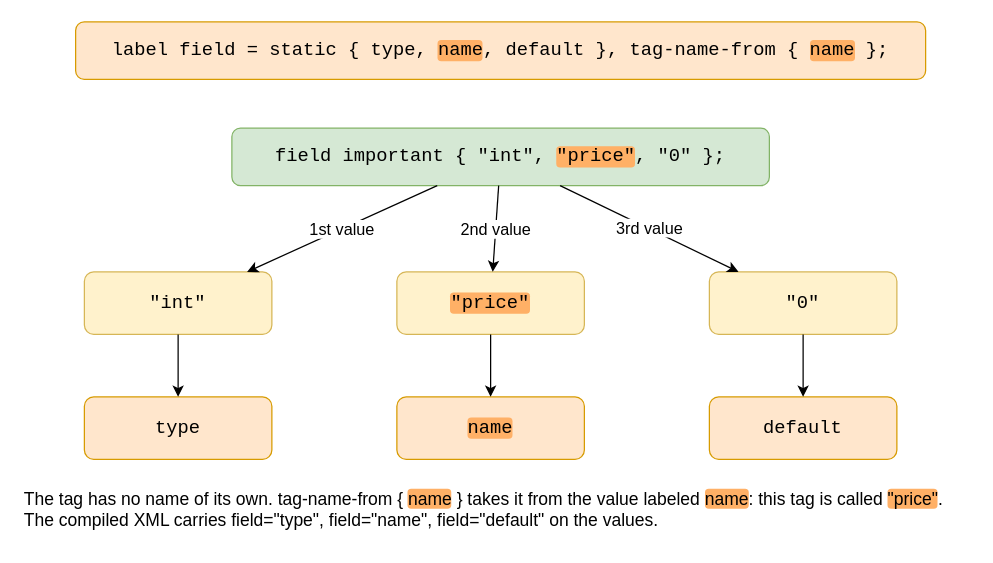
The draw.io diagram drawio/14_static_label.drawio in goloveshin/galimatron_doc, before the edit. Source tidied: cells renumbered, new cells numbered last; positions are measured from the earlier drawing's top-left corner, leaving out a move shared by most shapes. Both pictures are drawn from the tidied source at 125%, with x=0, y=0 at pixel (21, 21).
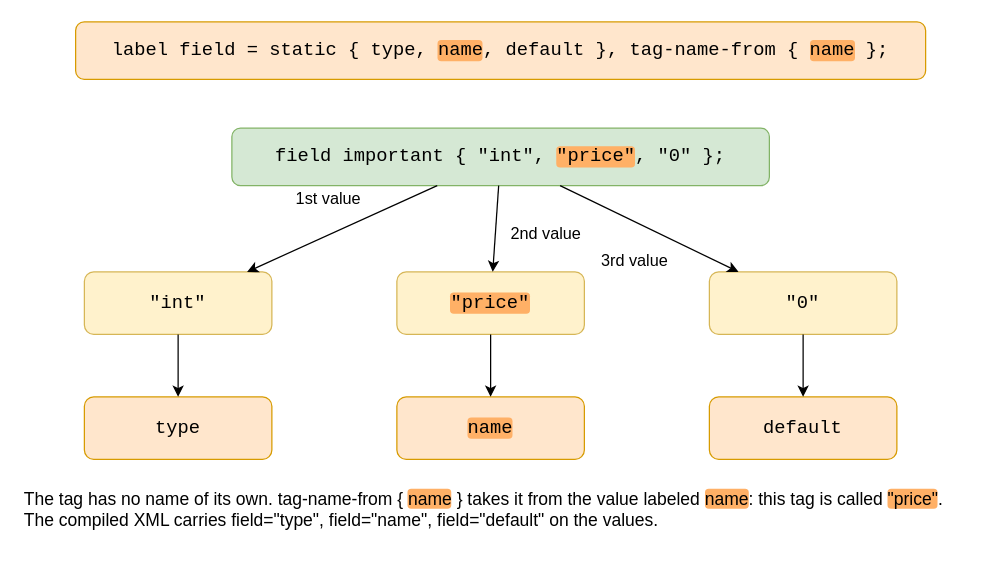
After the change.

Change to the diagram source:
```diff
@@
 <mxGraphModel>
   <root>
     <mxCell id="0" />
     <mxCell id="1" parent="0" />
     <mxCell id="2" value="label field = static { type, &lt;span style=&quot;background-color:#ffb066;border-radius:3px;&quot;&gt;name&lt;/span&gt;, default }, tag-name-from { &lt;span style=&quot;background-color:#ffb066;border-radius:3px;&quot;&gt;name&lt;/span&gt; };" style="rounded=1;whiteSpace=wrap;html=1;fillColor=#ffe6cc;strokeColor=#d79b00;fontFamily=Courier New;fontSize=15;" parent="1" vertex="1">
       <mxGeometry x="43" width="680" height="46" as="geometry" />
     </mxCell>
     <mxCell id="3" value="field important { &quot;int&quot;, &lt;span style=&quot;background-color:#ffb066;border-radius:3px;&quot;&gt;&quot;price&quot;&lt;/span&gt;, &quot;0&quot; };" style="rounded=1;whiteSpace=wrap;html=1;fillColor=#d5e8d4;strokeColor=#82b366;fontFamily=Courier New;fontSize=15;" parent="1" vertex="1">
       <mxGeometry x="168" y="85" width="430" height="46" as="geometry" />
     </mxCell>
     <mxCell id="4" value="&quot;int&quot;" style="rounded=1;whiteSpace=wrap;html=1;fillColor=#fff2cc;strokeColor=#d6b656;fontFamily=Courier New;fontSize=15;" parent="1" vertex="1">
       <mxGeometry x="50" y="200" width="150" height="50" as="geometry" />
     </mxCell>
     <mxCell id="5" value="&lt;span style=&quot;background-color:#ffb066;border-radius:3px;&quot;&gt;&quot;price&quot;&lt;/span&gt;" style="rounded=1;whiteSpace=wrap;html=1;fillColor=#fff2cc;strokeColor=#d6b656;fontFamily=Courier New;fontSize=15;" parent="1" vertex="1">
       <mxGeometry x="300" y="200" width="150" height="50" as="geometry" />
     </mxCell>
     <mxCell id="6" value="&quot;0&quot;" style="rounded=1;whiteSpace=wrap;html=1;fillColor=#fff2cc;strokeColor=#d6b656;fontFamily=Courier New;fontSize=15;" parent="1" vertex="1">
       <mxGeometry x="550" y="200" width="150" height="50" as="geometry" />
     </mxCell>
     <mxCell id="7" value="type" style="rounded=1;whiteSpace=wrap;html=1;fillColor=#ffe6cc;strokeColor=#d79b00;fontFamily=Courier New;fontSize=15;" parent="1" vertex="1">
       <mxGeometry x="50" y="300" width="150" height="50" as="geometry" />
     </mxCell>
     <mxCell id="8" value="&lt;span style=&quot;background-color:#ffb066;border-radius:3px;&quot;&gt;name&lt;/span&gt;" style="rounded=1;whiteSpace=wrap;html=1;fillColor=#ffe6cc;strokeColor=#d79b00;fontFamily=Courier New;fontSize=15;" parent="1" vertex="1">
       <mxGeometry x="300" y="300" width="150" height="50" as="geometry" />
     </mxCell>
     <mxCell id="9" value="default" style="rounded=1;whiteSpace=wrap;html=1;fillColor=#ffe6cc;strokeColor=#d79b00;fontFamily=Courier New;fontSize=15;" parent="1" vertex="1">
       <mxGeometry x="550" y="300" width="150" height="50" as="geometry" />
     </mxCell>
-    <mxCell id="10" value="1st value" style="endArrow=classic;html=1;labelBackgroundColor=#ffffff;edgeStyle=none;fontSize=13;" parent="1" edge="1" source="3" target="4">
-      <mxGeometry relative="1" as="geometry" />
+    <mxCell id="10" value="1st value" style="endArrow=classic;html=1;edgeStyle=none;fontSize=13;" parent="1" edge="1" source="3" target="4">
+      <mxGeometry relative="1" as="geometry">
+        <mxPoint x="-11" y="-25" as="offset" />
+      </mxGeometry>
     </mxCell>
-    <mxCell id="11" value="2nd value" style="endArrow=classic;html=1;labelBackgroundColor=#ffffff;edgeStyle=none;fontSize=13;" parent="1" edge="1" source="3" target="5">
-      <mxGeometry relative="1" as="geometry" />
+    <mxCell id="11" value="2nd value" style="endArrow=classic;html=1;edgeStyle=none;fontSize=13;" parent="1" edge="1" source="3" target="5">
+      <mxGeometry relative="1" as="geometry">
+        <mxPoint x="40" y="3" as="offset" />
+      </mxGeometry>
     </mxCell>
-    <mxCell id="12" value="3rd value" style="endArrow=classic;html=1;labelBackgroundColor=#ffffff;edgeStyle=none;fontSize=13;" parent="1" edge="1" source="3" target="6">
-      <mxGeometry relative="1" as="geometry" />
+    <mxCell id="12" value="3rd value" style="endArrow=classic;html=1;edgeStyle=none;fontSize=13;" parent="1" edge="1" source="3" target="6">
+      <mxGeometry relative="1" as="geometry">
+        <mxPoint x="-12" y="26" as="offset" />
+      </mxGeometry>
     </mxCell>
     <mxCell id="13" style="endArrow=classic;html=1;labelBackgroundColor=#ffffff;edgeStyle=none;" parent="1" edge="1" source="4" target="7">
       <mxGeometry relative="1" as="geometry" />
     </mxCell>
     <mxCell id="14" style="endArrow=classic;html=1;labelBackgroundColor=#ffffff;edgeStyle=none;" parent="1" edge="1" source="5" target="8">
       <mxGeometry relative="1" as="geometry" />
     </mxCell>
     <mxCell id="15" style="endArrow=classic;html=1;labelBackgroundColor=#ffffff;edgeStyle=none;" parent="1" edge="1" source="6" target="9">
       <mxGeometry relative="1" as="geometry" />
     </mxCell>
     <mxCell id="16" value="The tag has no name of its own. tag-name-from { &lt;span style=&quot;background-color:#ffb066;border-radius:3px;&quot;&gt;name&lt;/span&gt; } takes it from the value labeled &lt;span style=&quot;background-color:#ffb066;border-radius:3px;&quot;&gt;name&lt;/span&gt;: this tag is called &lt;span style=&quot;background-color:#ffb066;border-radius:3px;&quot;&gt;&quot;price&quot;&lt;/span&gt;. The compiled XML carries field=&quot;type&quot;, field=&quot;name&quot;, field=&quot;default&quot; on the values." style="text;html=1;whiteSpace=wrap;verticalAlign=middle;align=left;fontSize=14;" parent="1" vertex="1">
       <mxGeometry y="365" width="760" height="50" as="geometry" />
     </mxCell>
   </root>
 </mxGraphModel>
```
